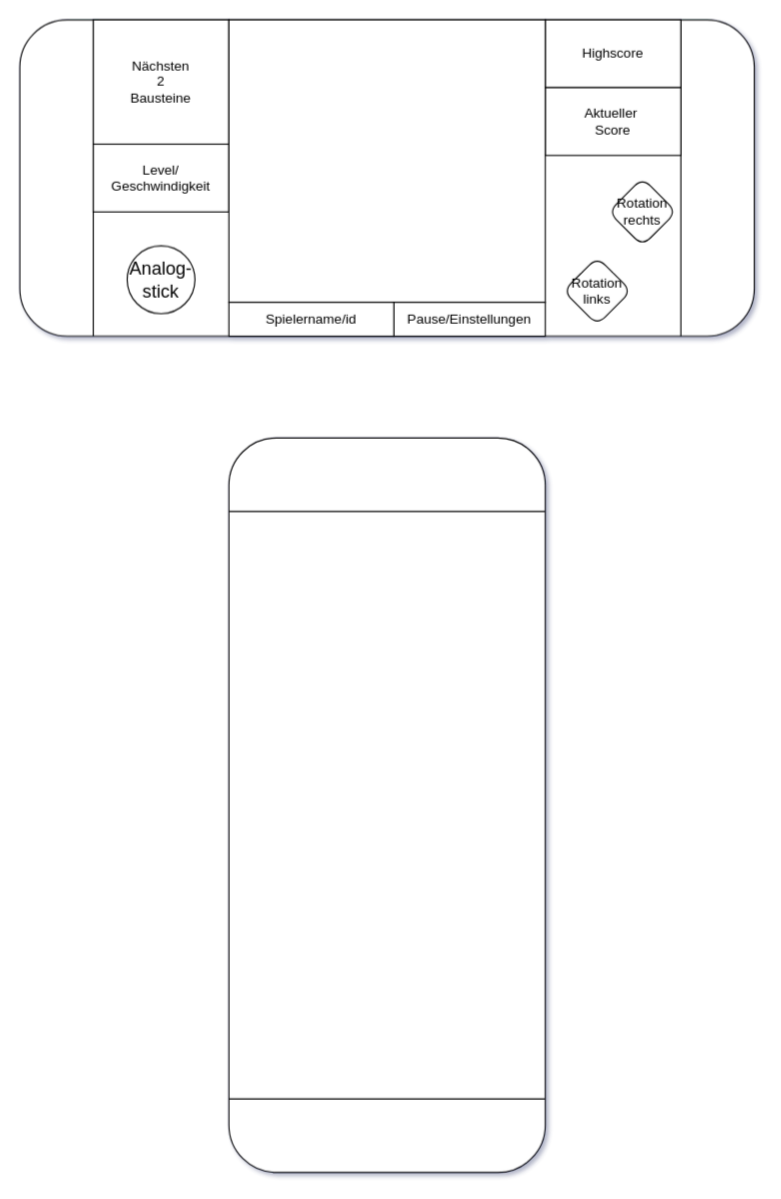
This is lib/documentation/Screen build.drawio from AUSoft-Kassel/tetris, a draw.io file, before an edit. Source tidied: cells renumbered, new cells numbered last; positions are measured from the earlier drawing's top-left corner, leaving out a move shared by most shapes. Both pictures are drawn from the tidied source at 113%, with x=0, y=0 at pixel (19, 19).
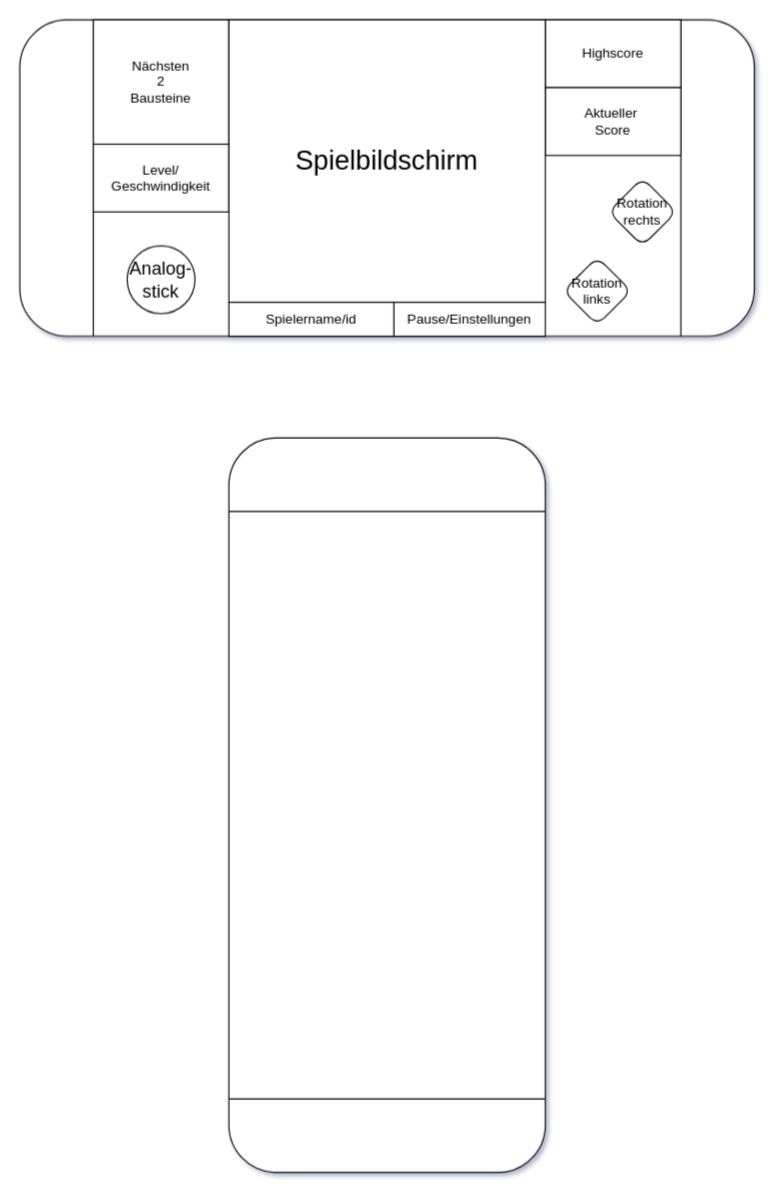
The same diagram, later.

Diff of the diagram source:
```diff
@@
 <mxGraphModel shadow="1">
   <root>
     <mxCell id="0" />
     <mxCell id="1" parent="0" />
     <mxCell id="2" style="shape=process;whiteSpace=wrap;html=1;backgroundOutline=1;rounded=1;" parent="1" vertex="1">
       <mxGeometry width="650" height="280" as="geometry" />
     </mxCell>
     <mxCell id="3" style="shape=process;whiteSpace=wrap;html=1;backgroundOutline=1;rounded=1;direction=south;" parent="1" vertex="1">
       <mxGeometry x="185" y="370" width="280" height="650" as="geometry" />
     </mxCell>
     <mxCell id="4" value="&lt;font size=&quot;3&quot;&gt;Analog-&lt;br&gt;stick&lt;br&gt;&lt;/font&gt;" style="ellipse;whiteSpace=wrap;html=1;rounded=1;" parent="1" vertex="1">
       <mxGeometry x="95" y="200" width="60" height="60" as="geometry" />
     </mxCell>
     <mxCell id="5" value="Rotation&lt;br&gt;links" style="rhombus;whiteSpace=wrap;html=1;rounded=1;" parent="1" vertex="1">
       <mxGeometry x="481" y="210" width="60" height="60" as="geometry" />
     </mxCell>
     <mxCell id="6" value="Rotation rechts" style="rhombus;whiteSpace=wrap;html=1;rounded=1;" parent="1" vertex="1">
       <mxGeometry x="521" y="140" width="60" height="60" as="geometry" />
     </mxCell>
     <mxCell id="7" value="Highscore" style="rounded=0;whiteSpace=wrap;html=1;" parent="1" vertex="1">
       <mxGeometry x="465" width="120" height="60" as="geometry" />
     </mxCell>
     <mxCell id="8" value="Nächsten&lt;br&gt;2&lt;br&gt;Bausteine" style="rounded=0;whiteSpace=wrap;html=1;" parent="1" vertex="1">
       <mxGeometry x="65" width="120" height="110" as="geometry" />
     </mxCell>
     <mxCell id="9" value="Aktueller&amp;nbsp;&lt;br&gt;Score" style="rounded=0;whiteSpace=wrap;html=1;" parent="1" vertex="1">
       <mxGeometry x="465" y="60" width="120" height="60" as="geometry" />
     </mxCell>
     <mxCell id="10" value="Level/&lt;br&gt;Geschwindigkeit" style="rounded=0;whiteSpace=wrap;html=1;" parent="1" vertex="1">
       <mxGeometry x="65" y="110" width="120" height="60" as="geometry" />
     </mxCell>
-    <mxCell id="11" style="rounded=0;whiteSpace=wrap;html=1;" parent="1" vertex="1">
+    <mxCell id="11" value="&lt;font style=&quot;font-size: 24px&quot;&gt;Spielbildschirm&lt;/font&gt;" style="rounded=0;whiteSpace=wrap;html=1;" parent="1" vertex="1">
       <mxGeometry x="185" width="280" height="250" as="geometry" />
     </mxCell>
     <mxCell id="12" value="Pause/Einstellungen" style="rounded=0;whiteSpace=wrap;html=1;" parent="1" vertex="1">
       <mxGeometry x="331" y="250" width="134" height="30" as="geometry" />
     </mxCell>
     <mxCell id="13" value="Spielername/id" style="rounded=0;whiteSpace=wrap;html=1;" parent="1" vertex="1">
       <mxGeometry x="185" y="250" width="146" height="30" as="geometry" />
     </mxCell>
   </root>
 </mxGraphModel>
```
